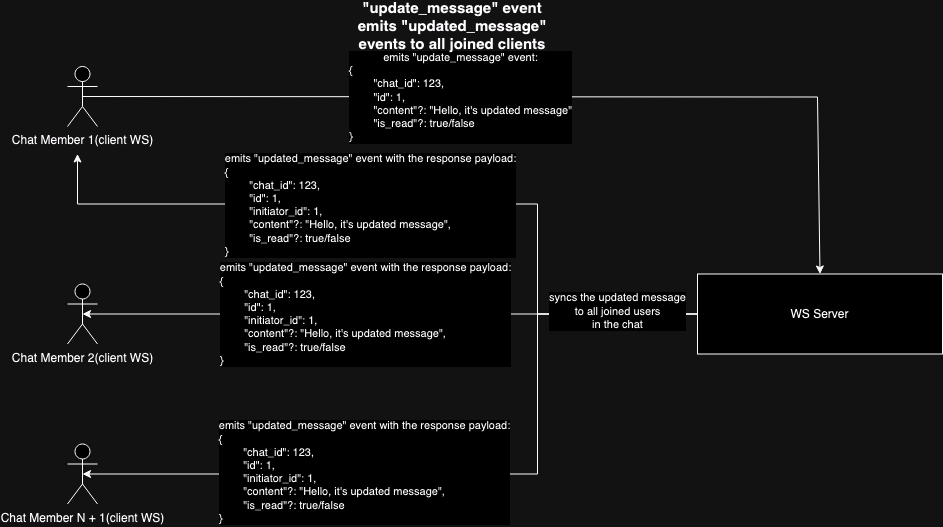
Earlier version of the draw.io export assets/ws-diagrams/messages/crud/update_message.event.png (KR1470R/artos-messenger). Source tidied: cells renumbered, new cells last; positions are measured from the earlier drawing's top-left corner, leaving out a move shared by most shapes.
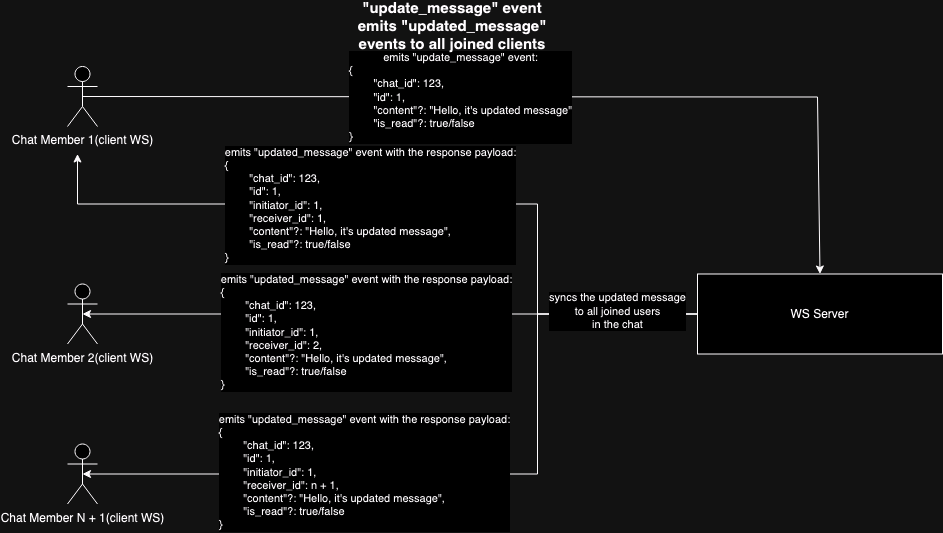
After the change.

What changed in the source:
```diff
@@ -25,7 +25,7 @@
         </Array>
       </mxGeometry>
     </mxCell>
-    <mxCell id="7" value="&lt;div&gt;emits &quot;updated_message&quot; event with the response payload:&lt;/div&gt;&lt;div align=&quot;left&quot;&gt;{&lt;/div&gt;&lt;div align=&quot;left&quot;&gt;&lt;span style=&quot;white-space: pre;&quot;&gt;&lt;span style=&quot;white-space: pre;&quot;&gt;&#9;&lt;/span&gt;&quot;chat_id&quot;: 123,&#9;&lt;/span&gt;&lt;/div&gt;&lt;div align=&quot;left&quot;&gt;&lt;span style=&quot;white-space: pre;&quot;&gt;&#9;&lt;/span&gt;&quot;id&quot;: 1,&lt;/div&gt;&lt;div align=&quot;left&quot;&gt;&lt;span style=&quot;white-space: pre;&quot;&gt;&lt;/span&gt;&lt;span style=&quot;white-space: pre;&quot;&gt;&#9;&lt;/span&gt;&quot;initiator_id&quot;: 1,&lt;/div&gt;&lt;div align=&quot;left&quot;&gt;&lt;span style=&quot;white-space: pre;&quot;&gt;&#9;&lt;/span&gt;&quot;content&quot;?: &quot;Hello, it's updated message&quot;,&lt;/div&gt;&lt;div align=&quot;left&quot;&gt;&lt;span style=&quot;white-space: pre;&quot;&gt;&#9;&lt;/span&gt;&quot;is_read&quot;?: true/false&lt;br&gt;&lt;/div&gt;&lt;div align=&quot;left&quot;&gt;}&lt;br&gt;&lt;/div&gt;" style="edgeLabel;html=1;align=center;verticalAlign=middle;" parent="6" vertex="1">
+    <mxCell id="7" value="&lt;div&gt;emits &quot;updated_message&quot; event with the response payload:&lt;/div&gt;&lt;div align=&quot;left&quot;&gt;{&lt;/div&gt;&lt;div align=&quot;left&quot;&gt;&lt;span style=&quot;white-space: pre;&quot;&gt;&lt;span style=&quot;white-space: pre;&quot;&gt;&#9;&lt;/span&gt;&quot;chat_id&quot;: 123,&#9;&lt;/span&gt;&lt;/div&gt;&lt;div align=&quot;left&quot;&gt;&lt;span style=&quot;white-space: pre;&quot;&gt;&#9;&lt;/span&gt;&quot;id&quot;: 1,&lt;/div&gt;&lt;div align=&quot;left&quot;&gt;&lt;span style=&quot;white-space: pre;&quot;&gt;&lt;/span&gt;&lt;span style=&quot;white-space: pre;&quot;&gt;&#9;&lt;/span&gt;&quot;initiator_id&quot;: 1,&lt;/div&gt;&lt;div align=&quot;left&quot;&gt;&lt;span style=&quot;white-space: pre;&quot;&gt;&#9;&lt;/span&gt;&quot;receiver_id&quot;: 1,&lt;br&gt;&lt;/div&gt;&lt;div align=&quot;left&quot;&gt;&lt;span style=&quot;white-space: pre;&quot;&gt;&#9;&lt;/span&gt;&quot;content&quot;?: &quot;Hello, it's updated message&quot;,&lt;/div&gt;&lt;div align=&quot;left&quot;&gt;&lt;span style=&quot;white-space: pre;&quot;&gt;&#9;&lt;/span&gt;&quot;is_read&quot;?: true/false&lt;br&gt;&lt;/div&gt;&lt;div align=&quot;left&quot;&gt;}&lt;br&gt;&lt;/div&gt;" style="edgeLabel;html=1;align=center;verticalAlign=middle;" parent="6" vertex="1">
       <mxGeometry x="-0.15" y="1" relative="1" as="geometry">
         <mxPoint x="-106" as="offset" />
       </mxGeometry>
@@ -33,9 +33,9 @@
     <mxCell id="8" style="endArrow=classic;html=1;rounded=0;exitX=0;exitY=0.5;exitDx=0;exitDy=0;entryX=0.5;entryY=0.5;entryDx=0;entryDy=0;entryPerimeter=0;" parent="1" edge="1" source="5" target="2">
       <mxGeometry relative="1" as="geometry" />
     </mxCell>
-    <mxCell id="9" value="&lt;div&gt;emits &quot;updated_message&quot; event with the response payload:&lt;/div&gt;&lt;div align=&quot;left&quot;&gt;{&lt;/div&gt;&lt;div align=&quot;left&quot;&gt;&lt;span style=&quot;white-space: pre;&quot;&gt;&lt;span style=&quot;white-space: pre;&quot;&gt;&#9;&lt;/span&gt;&quot;chat_id&quot;: 123,&#9;&lt;/span&gt;&lt;/div&gt;&lt;div align=&quot;left&quot;&gt;&lt;span style=&quot;white-space: pre;&quot;&gt;&#9;&lt;/span&gt;&quot;id&quot;: 1,&lt;/div&gt;&lt;div align=&quot;left&quot;&gt;&lt;span style=&quot;white-space: pre;&quot;&gt;&lt;/span&gt;&lt;span style=&quot;white-space: pre;&quot;&gt;&#9;&lt;/span&gt;&quot;initiator_id&quot;: 1,&lt;/div&gt;&lt;div align=&quot;left&quot;&gt;&lt;span style=&quot;white-space: pre;&quot;&gt;&#9;&lt;/span&gt;&quot;content&quot;?: &quot;Hello, it's updated message&quot;,&lt;/div&gt;&lt;div align=&quot;left&quot;&gt;&lt;span style=&quot;white-space: pre;&quot;&gt;&#9;&lt;/span&gt;&quot;is_read&quot;?: true/false&lt;br&gt;&lt;/div&gt;&lt;div align=&quot;left&quot;&gt;}&lt;br&gt;&lt;/div&gt;" style="edgeLabel;html=1;align=center;verticalAlign=middle;" parent="8" vertex="1">
+    <mxCell id="9" value="&lt;div&gt;emits &quot;updated_message&quot; event with the response payload:&lt;/div&gt;&lt;div align=&quot;left&quot;&gt;{&lt;/div&gt;&lt;div align=&quot;left&quot;&gt;&lt;span style=&quot;white-space: pre;&quot;&gt;&lt;span style=&quot;white-space: pre;&quot;&gt;&#9;&lt;/span&gt;&quot;chat_id&quot;: 123,&#9;&lt;/span&gt;&lt;/div&gt;&lt;div align=&quot;left&quot;&gt;&lt;span style=&quot;white-space: pre;&quot;&gt;&#9;&lt;/span&gt;&quot;id&quot;: 1,&lt;/div&gt;&lt;div align=&quot;left&quot;&gt;&lt;span style=&quot;white-space: pre;&quot;&gt;&lt;/span&gt;&lt;span style=&quot;white-space: pre;&quot;&gt;&#9;&lt;/span&gt;&quot;initiator_id&quot;: 1,&lt;/div&gt;&lt;div align=&quot;left&quot;&gt;&lt;span style=&quot;white-space: pre;&quot;&gt;&lt;/span&gt;&lt;span style=&quot;white-space: pre;&quot;&gt;&#9;&lt;/span&gt;&quot;receiver_id&quot;: 2,&lt;/div&gt;&lt;div align=&quot;left&quot;&gt;&lt;span style=&quot;white-space: pre;&quot;&gt;&#9;&lt;/span&gt;&quot;content&quot;?: &quot;Hello, it's updated message&quot;,&lt;/div&gt;&lt;div align=&quot;left&quot;&gt;&lt;span style=&quot;white-space: pre;&quot;&gt;&#9;&lt;/span&gt;&quot;is_read&quot;?: true/false&lt;br&gt;&lt;/div&gt;&lt;div align=&quot;left&quot;&gt;}&lt;br&gt;&lt;/div&gt;" style="edgeLabel;html=1;align=center;verticalAlign=middle;" parent="8" vertex="1">
       <mxGeometry x="0.21" relative="1" as="geometry">
-        <mxPoint x="42" as="offset" />
+        <mxPoint x="43" y="18" as="offset" />
       </mxGeometry>
     </mxCell>
     <mxCell id="10" style="endArrow=classic;html=1;rounded=0;exitX=0;exitY=0.5;exitDx=0;exitDy=0;entryX=0.5;entryY=0.5;entryDx=0;entryDy=0;entryPerimeter=0;" parent="1" edge="1" source="5" target="4">
@@ -51,7 +51,7 @@
         <mxPoint x="8" as="offset" />
       </mxGeometry>
     </mxCell>
-    <mxCell id="12" value="&lt;div&gt;emits &quot;updated_message&quot; event with the response payload:&lt;/div&gt;&lt;div align=&quot;left&quot;&gt;{&lt;/div&gt;&lt;div align=&quot;left&quot;&gt;&lt;span style=&quot;white-space: pre;&quot;&gt;&lt;span style=&quot;white-space: pre;&quot;&gt;&#9;&lt;/span&gt;&quot;chat_id&quot;: 123,&#9;&lt;/span&gt;&lt;/div&gt;&lt;div align=&quot;left&quot;&gt;&lt;span style=&quot;white-space: pre;&quot;&gt;&#9;&lt;/span&gt;&quot;id&quot;: 1,&lt;/div&gt;&lt;div align=&quot;left&quot;&gt;&lt;span style=&quot;white-space: pre;&quot;&gt;&lt;/span&gt;&lt;span style=&quot;white-space: pre;&quot;&gt;&#9;&lt;/span&gt;&quot;initiator_id&quot;: 1,&lt;/div&gt;&lt;div align=&quot;left&quot;&gt;&lt;span style=&quot;white-space: pre;&quot;&gt;&#9;&lt;/span&gt;&quot;content&quot;?: &quot;Hello, it's updated message&quot;,&lt;/div&gt;&lt;div align=&quot;left&quot;&gt;&lt;span style=&quot;white-space: pre;&quot;&gt;&#9;&lt;/span&gt;&quot;is_read&quot;?: true/false&lt;br&gt;&lt;/div&gt;&lt;div align=&quot;left&quot;&gt;}&lt;br&gt;&lt;/div&gt;" style="edgeLabel;html=1;align=center;verticalAlign=middle;" parent="10" vertex="1">
+    <mxCell id="12" value="&lt;div&gt;emits &quot;updated_message&quot; event with the response payload:&lt;/div&gt;&lt;div align=&quot;left&quot;&gt;{&lt;/div&gt;&lt;div align=&quot;left&quot;&gt;&lt;span style=&quot;white-space: pre;&quot;&gt;&lt;span style=&quot;white-space: pre;&quot;&gt;&#9;&lt;/span&gt;&quot;chat_id&quot;: 123,&#9;&lt;/span&gt;&lt;/div&gt;&lt;div align=&quot;left&quot;&gt;&lt;span style=&quot;white-space: pre;&quot;&gt;&#9;&lt;/span&gt;&quot;id&quot;: 1,&lt;/div&gt;&lt;div align=&quot;left&quot;&gt;&lt;span style=&quot;white-space: pre;&quot;&gt;&lt;/span&gt;&lt;span style=&quot;white-space: pre;&quot;&gt;&#9;&lt;/span&gt;&quot;initiator_id&quot;: 1,&lt;/div&gt;&lt;div align=&quot;left&quot;&gt;&lt;span style=&quot;white-space: pre;&quot;&gt;&lt;/span&gt;&lt;span style=&quot;white-space: pre;&quot;&gt;&#9;&lt;/span&gt;&quot;receiver_id&quot;: n + 1,&lt;/div&gt;&lt;div align=&quot;left&quot;&gt;&lt;span style=&quot;white-space: pre;&quot;&gt;&#9;&lt;/span&gt;&quot;content&quot;?: &quot;Hello, it's updated message&quot;,&lt;/div&gt;&lt;div align=&quot;left&quot;&gt;&lt;span style=&quot;white-space: pre;&quot;&gt;&#9;&lt;/span&gt;&quot;is_read&quot;?: true/false&lt;br&gt;&lt;/div&gt;&lt;div align=&quot;left&quot;&gt;}&lt;br&gt;&lt;/div&gt;" style="edgeLabel;html=1;align=center;verticalAlign=middle;" parent="10" vertex="1">
       <mxGeometry x="0.29" y="-2" relative="1" as="geometry">
         <mxPoint x="8" as="offset" />
       </mxGeometry>
```
